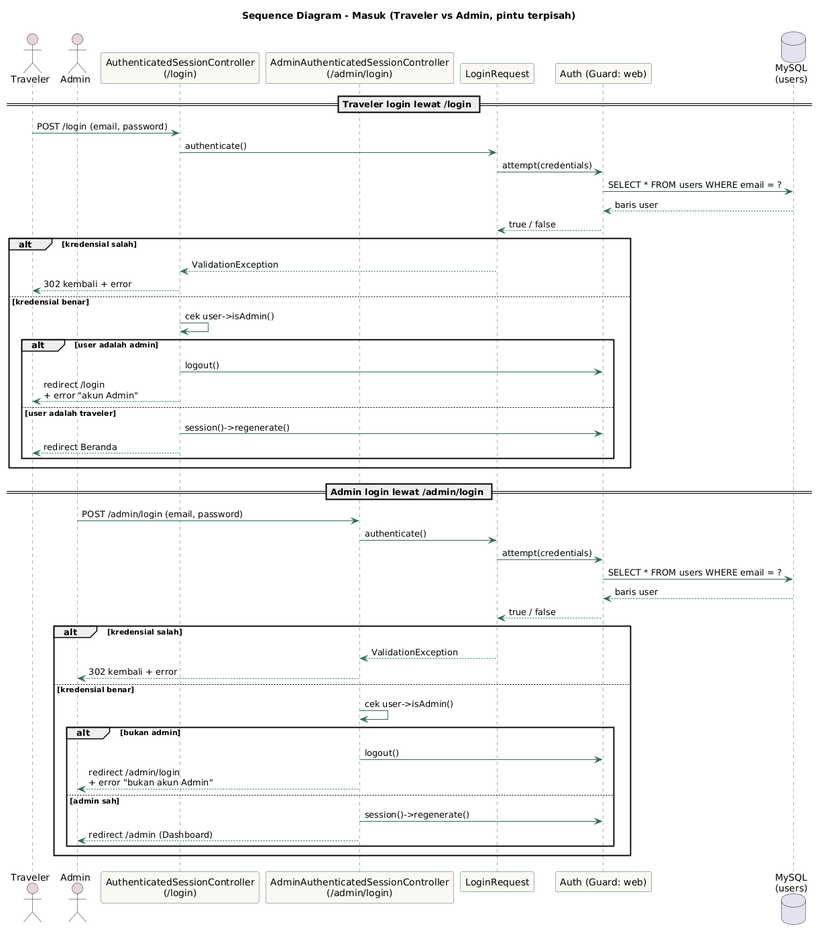
This is docs/uml-plantuml/07-sequence-login.png from anugrahhhhh/tripplane-jogja-itenary, a PlantUML export, as it was before one commit.
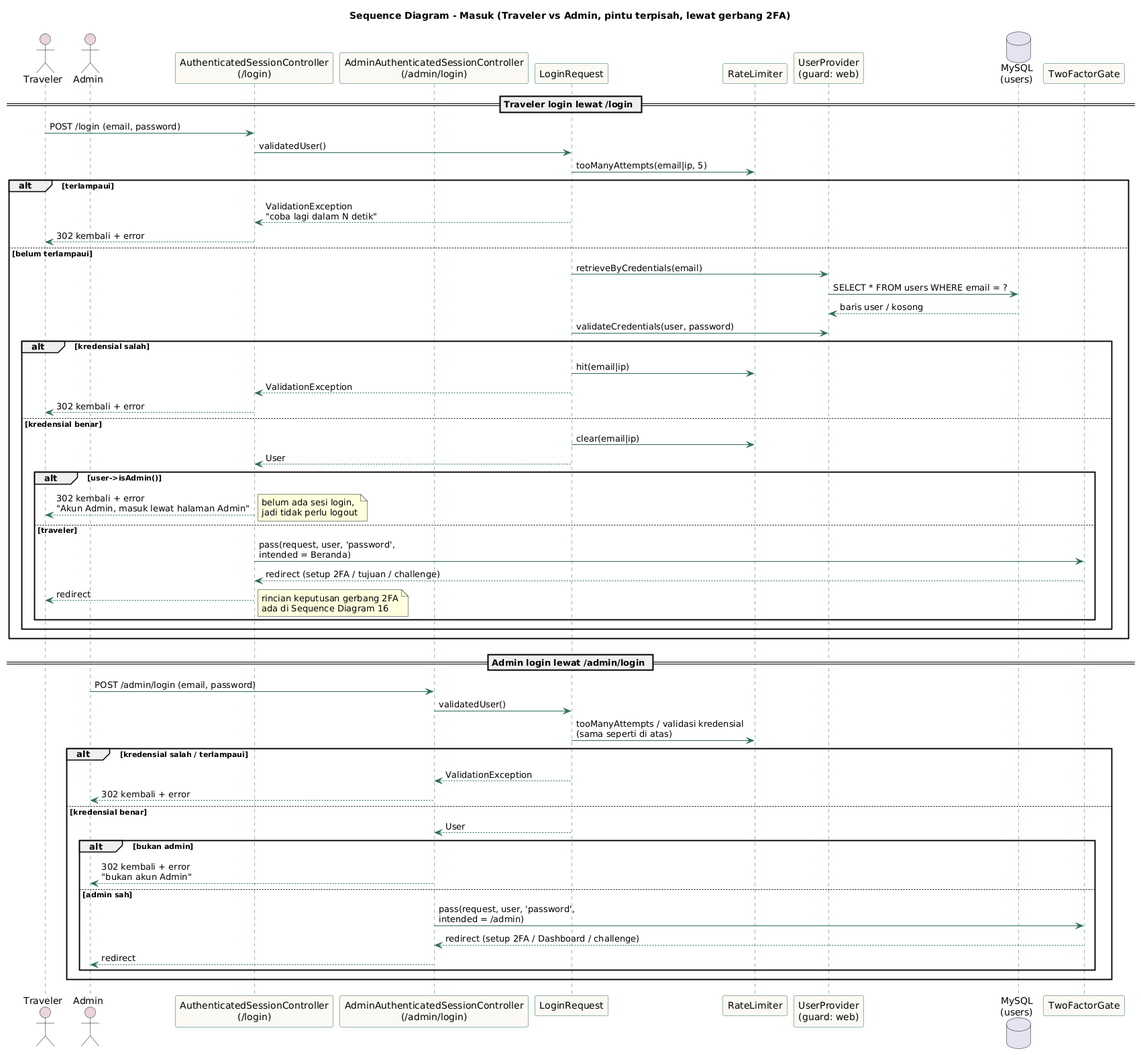
Later version of the same file.

The edit, as a diff of the source:
```diff
@@ -1,5 +1,5 @@
 @startuml
-title Sequence Diagram - Masuk (Traveler vs Admin, pintu terpisah)
+title Sequence Diagram - Masuk (Traveler vs Admin, pintu terpisah, lewat gerbang 2FA)
 
 skinparam sequence {
   ArrowColor #2F6B5A
@@ -14,48 +14,57 @@
 participant "AuthenticatedSessionController\n(/login)" as TravelerCtrl
 participant "AdminAuthenticatedSessionController\n(/admin/login)" as AdminCtrl
 participant "LoginRequest" as Req
-participant "Auth (Guard: web)" as Auth
+participant "RateLimiter" as RL
+participant "UserProvider\n(guard: web)" as Provider
 database "MySQL\n(users)" as DB
+participant "TwoFactorGate" as Gate
 
 == Traveler login lewat /login ==
 Traveler -> TravelerCtrl : POST /login (email, password)
-TravelerCtrl -> Req : authenticate()
-Req -> Auth : attempt(credentials)
-Auth -> DB : SELECT * FROM users WHERE email = ?
-DB --> Auth : baris user
-Auth --> Req : true / false
-alt kredensial salah
-  Req --> TravelerCtrl : ValidationException
+TravelerCtrl -> Req : validatedUser()
+Req -> RL : tooManyAttempts(email|ip, 5)
+alt terlampaui
+  Req --> TravelerCtrl : ValidationException\n"coba lagi dalam N detik"
   TravelerCtrl --> Traveler : 302 kembali + error
-else kredensial benar
-  TravelerCtrl -> TravelerCtrl : cek user->isAdmin()
-  alt user adalah admin
-    TravelerCtrl -> Auth : logout()
-    TravelerCtrl --> Traveler : redirect /login\n+ error "akun Admin"
-  else user adalah traveler
-    TravelerCtrl -> Auth : session()->regenerate()
-    TravelerCtrl --> Traveler : redirect Beranda
+else belum terlampaui
+  Req -> Provider : retrieveByCredentials(email)
+  Provider -> DB : SELECT * FROM users WHERE email = ?
+  DB --> Provider : baris user / kosong
+  Req -> Provider : validateCredentials(user, password)
+  alt kredensial salah
+    Req -> RL : hit(email|ip)
+    Req --> TravelerCtrl : ValidationException
+    TravelerCtrl --> Traveler : 302 kembali + error
+  else kredensial benar
+    Req -> RL : clear(email|ip)
+    Req --> TravelerCtrl : User
+    alt user->isAdmin()
+      TravelerCtrl --> Traveler : 302 kembali + error\n"Akun Admin, masuk lewat halaman Admin"
+      note right : belum ada sesi login,\njadi tidak perlu logout
+    else traveler
+      TravelerCtrl -> Gate : pass(request, user, 'password',\nintended = Beranda)
+      Gate --> TravelerCtrl : redirect (setup 2FA / tujuan / challenge)
+      TravelerCtrl --> Traveler : redirect
+      note right : rincian keputusan gerbang 2FA\nada di Sequence Diagram 16
+    end
   end
 end
 
 == Admin login lewat /admin/login ==
 Admin -> AdminCtrl : POST /admin/login (email, password)
-AdminCtrl -> Req : authenticate()
-Req -> Auth : attempt(credentials)
-Auth -> DB : SELECT * FROM users WHERE email = ?
-DB --> Auth : baris user
-Auth --> Req : true / false
-alt kredensial salah
+AdminCtrl -> Req : validatedUser()
+Req -> RL : tooManyAttempts / validasi kredensial\n(sama seperti di atas)
+alt kredensial salah / terlampaui
   Req --> AdminCtrl : ValidationException
   AdminCtrl --> Admin : 302 kembali + error
 else kredensial benar
-  AdminCtrl -> AdminCtrl : cek user->isAdmin()
+  Req --> AdminCtrl : User
   alt bukan admin
-    AdminCtrl -> Auth : logout()
-    AdminCtrl --> Admin : redirect /admin/login\n+ error "bukan akun Admin"
+    AdminCtrl --> Admin : 302 kembali + error\n"bukan akun Admin"
   else admin sah
-    AdminCtrl -> Auth : session()->regenerate()
-    AdminCtrl --> Admin : redirect /admin (Dashboard)
+    AdminCtrl -> Gate : pass(request, user, 'password',\nintended = /admin)
+    Gate --> AdminCtrl : redirect (setup 2FA / Dashboard / challenge)
+    AdminCtrl --> Admin : redirect
   end
 end
 @enduml
```
